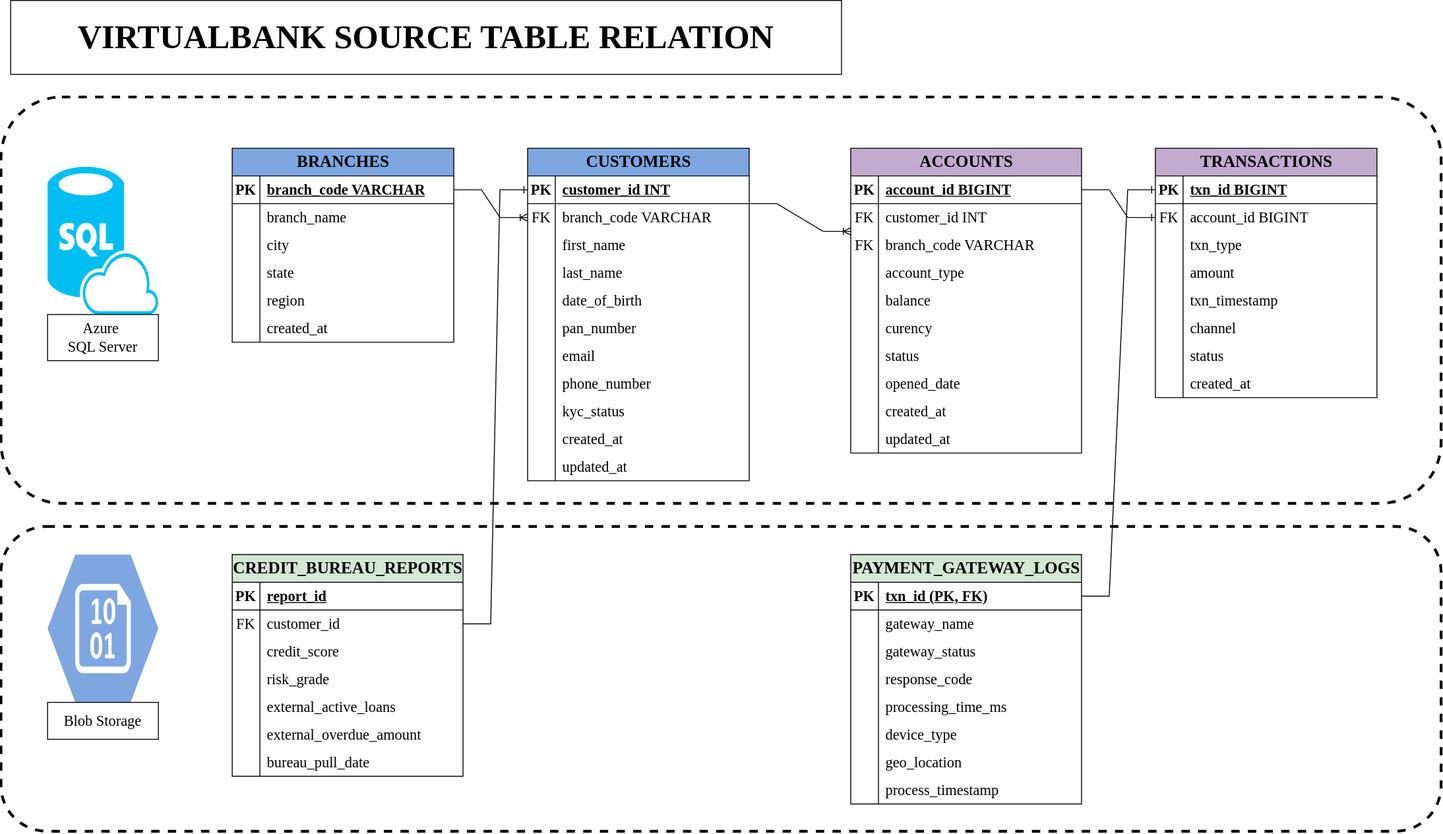
Before: docs/Source tables relation.drawio.svg, a diagram exported from draw.io (Josiahgare/End-to-End-Banking-Project-in-Databricks). Source tidied: cells renumbered, new cells last; positions are measured from the earlier drawing's top-left corner, leaving out a move shared by most shapes.
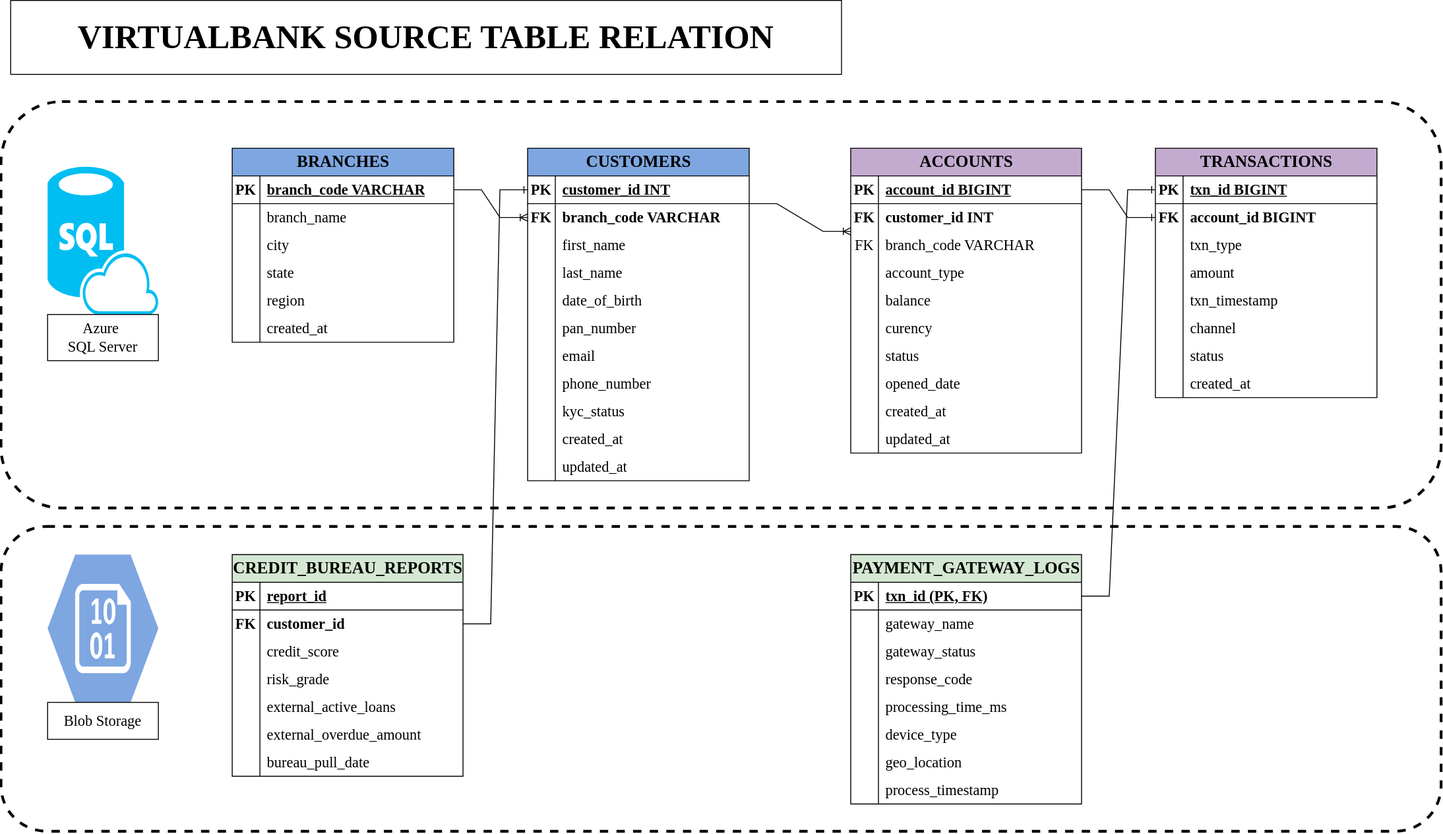
The same file after the commit.

The edit, as a diff of the source:
```diff
@@ -89,10 +89,10 @@
     <mxCell id="30" style="shape=tableRow;horizontal=0;startSize=0;swimlaneHead=0;swimlaneBody=0;fillColor=none;points=[[0,0.5],[1,0.5]];portConstraint=eastwest;top=0;left=0;right=0;bottom=0;fontFamily=Comic Sans MS;fontSize=16;labelBorderColor=default;" parent="26" vertex="1">
       <mxGeometry y="60" width="240" height="30" as="geometry" />
     </mxCell>
-    <mxCell id="31" value="FK" style="shape=partialRectangle;fillColor=none;top=0;left=0;bottom=0;right=0;overflow=hidden;whiteSpace=wrap;html=1;fontFamily=Comic Sans MS;fontSize=16;" parent="30" vertex="1">
+    <mxCell id="31" value="&lt;b&gt;FK&lt;/b&gt;" style="shape=partialRectangle;fillColor=none;top=0;left=0;bottom=0;right=0;overflow=hidden;whiteSpace=wrap;html=1;fontFamily=Comic Sans MS;fontSize=16;" parent="30" vertex="1">
       <mxGeometry width="30" height="30" as="geometry" />
     </mxCell>
-    <mxCell id="32" value="branch_code VARCHAR" style="shape=partialRectangle;fillColor=none;top=0;left=0;bottom=0;right=0;align=left;spacingLeft=6;overflow=hidden;whiteSpace=wrap;html=1;fontFamily=Comic Sans MS;fontSize=16;" parent="30" vertex="1">
+    <mxCell id="32" value="&lt;b&gt;branch_code VARCHAR&lt;/b&gt;" style="shape=partialRectangle;fillColor=none;top=0;left=0;bottom=0;right=0;align=left;spacingLeft=6;overflow=hidden;whiteSpace=wrap;html=1;fontFamily=Comic Sans MS;fontSize=16;" parent="30" vertex="1">
       <mxGeometry x="30" width="210" height="30" as="geometry" />
     </mxCell>
     <mxCell id="33" style="shape=tableRow;horizontal=0;startSize=0;swimlaneHead=0;swimlaneBody=0;fillColor=none;top=0;left=0;right=0;bottom=0;fontFamily=Comic Sans MS;fontSize=16;" parent="26" vertex="1">
@@ -266,10 +266,10 @@
     <mxCell id="89" style="shape=tableRow;horizontal=0;startSize=0;swimlaneHead=0;swimlaneBody=0;fillColor=none;points=[[0,0.5],[1,0.5]];portConstraint=eastwest;top=0;left=0;right=0;bottom=0;fontFamily=Comic Sans MS;fontSize=16;" parent="85" vertex="1">
       <mxGeometry y="60" width="250" height="30" as="geometry" />
     </mxCell>
-    <mxCell id="90" value="FK" style="shape=partialRectangle;fillColor=none;top=0;left=0;bottom=0;right=0;overflow=hidden;whiteSpace=wrap;html=1;fontFamily=Comic Sans MS;fontSize=16;" parent="89" vertex="1">
+    <mxCell id="90" value="&lt;b&gt;FK&lt;/b&gt;" style="shape=partialRectangle;fillColor=none;top=0;left=0;bottom=0;right=0;overflow=hidden;whiteSpace=wrap;html=1;fontFamily=Comic Sans MS;fontSize=16;" parent="89" vertex="1">
       <mxGeometry width="30" height="30" as="geometry" />
     </mxCell>
-    <mxCell id="91" value="customer_id" style="shape=partialRectangle;fillColor=none;top=0;left=0;bottom=0;right=0;align=left;spacingLeft=6;overflow=hidden;whiteSpace=wrap;html=1;fontFamily=Comic Sans MS;fontSize=16;" parent="89" vertex="1">
+    <mxCell id="91" value="&lt;b&gt;customer_id&lt;/b&gt;" style="shape=partialRectangle;fillColor=none;top=0;left=0;bottom=0;right=0;align=left;spacingLeft=6;overflow=hidden;whiteSpace=wrap;html=1;fontFamily=Comic Sans MS;fontSize=16;" parent="89" vertex="1">
       <mxGeometry x="30" width="220" height="30" as="geometry" />
     </mxCell>
     <mxCell id="92" style="shape=tableRow;horizontal=0;startSize=0;swimlaneHead=0;swimlaneBody=0;fillColor=none;top=0;left=0;right=0;bottom=0;fontFamily=Comic Sans MS;fontSize=16;" parent="85" vertex="1">
@@ -332,10 +332,10 @@
     <mxCell id="111" style="shape=tableRow;horizontal=0;startSize=0;swimlaneHead=0;swimlaneBody=0;fillColor=none;top=0;left=0;right=0;bottom=0;fontFamily=Comic Sans MS;fontSize=16;" parent="107" vertex="1">
       <mxGeometry y="60" width="240" height="30" as="geometry" />
     </mxCell>
-    <mxCell id="112" value="FK" style="shape=partialRectangle;fillColor=none;top=0;left=0;bottom=0;right=0;overflow=hidden;whiteSpace=wrap;html=1;fontFamily=Comic Sans MS;fontSize=16;" parent="111" vertex="1">
+    <mxCell id="112" value="&lt;b&gt;FK&lt;/b&gt;" style="shape=partialRectangle;fillColor=none;top=0;left=0;bottom=0;right=0;overflow=hidden;whiteSpace=wrap;html=1;fontFamily=Comic Sans MS;fontSize=16;" parent="111" vertex="1">
       <mxGeometry width="30" height="30" as="geometry" />
     </mxCell>
-    <mxCell id="113" value="account_id BIGINT" style="shape=partialRectangle;fillColor=none;top=0;left=0;bottom=0;right=0;align=left;spacingLeft=6;overflow=hidden;whiteSpace=wrap;html=1;fontFamily=Comic Sans MS;fontSize=16;" parent="111" vertex="1">
+    <mxCell id="113" value="&lt;b&gt;account_id BIGINT&lt;/b&gt;" style="shape=partialRectangle;fillColor=none;top=0;left=0;bottom=0;right=0;align=left;spacingLeft=6;overflow=hidden;whiteSpace=wrap;html=1;fontFamily=Comic Sans MS;fontSize=16;" parent="111" vertex="1">
       <mxGeometry x="30" width="210" height="30" as="geometry" />
     </mxCell>
     <mxCell id="114" style="shape=tableRow;horizontal=0;startSize=0;swimlaneHead=0;swimlaneBody=0;fillColor=none;top=0;left=0;right=0;bottom=0;fontFamily=Comic Sans MS;fontSize=16;" parent="107" vertex="1">
@@ -407,10 +407,10 @@
     <mxCell id="136" style="shape=tableRow;horizontal=0;startSize=0;swimlaneHead=0;swimlaneBody=0;fillColor=none;top=0;left=0;right=0;bottom=0;fontFamily=Comic Sans MS;fontSize=16;" parent="132" vertex="1">
       <mxGeometry y="60" width="250" height="30" as="geometry" />
     </mxCell>
-    <mxCell id="137" value="FK" style="shape=partialRectangle;fillColor=none;top=0;left=0;bottom=0;right=0;overflow=hidden;whiteSpace=wrap;html=1;fontFamily=Comic Sans MS;fontSize=16;" parent="136" vertex="1">
+    <mxCell id="137" value="&lt;b&gt;FK&lt;/b&gt;" style="shape=partialRectangle;fillColor=none;top=0;left=0;bottom=0;right=0;overflow=hidden;whiteSpace=wrap;html=1;fontFamily=Comic Sans MS;fontSize=16;" parent="136" vertex="1">
       <mxGeometry width="30" height="30" as="geometry" />
     </mxCell>
-    <mxCell id="138" value="customer_id INT" style="shape=partialRectangle;fillColor=none;top=0;left=0;bottom=0;right=0;align=left;spacingLeft=6;overflow=hidden;whiteSpace=wrap;html=1;fontFamily=Comic Sans MS;fontSize=16;" parent="136" vertex="1">
+    <mxCell id="138" value="&lt;b&gt;customer_id INT&lt;/b&gt;" style="shape=partialRectangle;fillColor=none;top=0;left=0;bottom=0;right=0;align=left;spacingLeft=6;overflow=hidden;whiteSpace=wrap;html=1;fontFamily=Comic Sans MS;fontSize=16;" parent="136" vertex="1">
       <mxGeometry x="30" width="220" height="30" as="geometry" />
     </mxCell>
     <mxCell id="139" style="shape=tableRow;horizontal=0;startSize=0;swimlaneHead=0;swimlaneBody=0;fillColor=none;top=0;left=0;right=0;bottom=0;fontFamily=Comic Sans MS;fontSize=16;" parent="132" vertex="1">
@@ -506,7 +506,7 @@
       <mxGeometry x="10" width="900" height="80" as="geometry" />
     </mxCell>
     <mxCell id="168" style="rounded=1;whiteSpace=wrap;html=1;fillColor=none;dashed=1;strokeWidth=3;" parent="1" vertex="1">
-      <mxGeometry y="105" width="1560" height="440" as="geometry" />
+      <mxGeometry y="110" width="1560" height="440" as="geometry" />
     </mxCell>
     <mxCell id="169" style="rounded=1;whiteSpace=wrap;html=1;fillColor=none;dashed=1;strokeWidth=3;" parent="1" vertex="1">
       <mxGeometry y="570" width="1560" height="330" as="geometry" />
```
